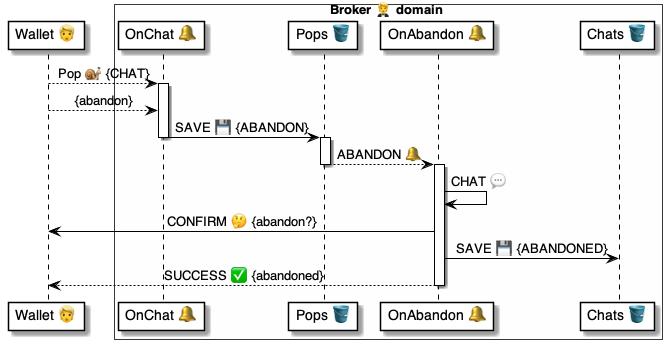
Above: 4 ⚙️ Solution/20 🧑‍🦰 UI/Brokers 🤵/🤵🪣 Broker tables/Pops 🎈 table/🪣🔔 32 Chat » Abandon/🤵 OnChatAbandon ⚙️ uml.png in pollyweb-org/pollyweb-docs (PlantUML), before the change. Its source is kept beside it as 4 ⚙️ Solution/20 🧑‍🦰 UI/Brokers 🤵/🤵🪣 Broker tables/Pops 🎈 table/🪣🔔 32 Chat » Abandon/🤵 OnChatAbandon ⚙️ uml.puml. Source of this version:
```plantuml
@startuml OnPopAbandon

participant "Wallet 👱" as wallet
box Broker 🤵 domain #FFFFFA
    participant "OnChat 🔔" as onChat
    participant "Pops 🪣" as pops
    participant "OnAbandon 🔔" as abandoned
    participant "Chats 🪣" as chats
end box


wallet --> onChat: Pop 🐌 {CHAT}

activate onChat
    wallet --> onChat: {abandon}
    onChat -> pops: SAVE 💾 {ABANDON}
deactivate onChat

activate pops
    pops --> abandoned: ABANDON 🔔
deactivate pops

activate abandoned
    abandoned -> abandoned: CHAT 💬
    abandoned -> wallet: CONFIRM 🤔 {abandon?}
    abandoned -> chats: SAVE 💾 {ABANDONED}
    abandoned --> wallet: SUCCESS ✅ {abandoned}
deactivate abandoned

@enduml
```
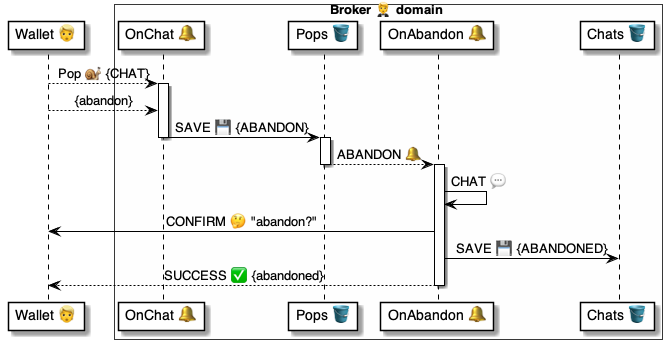
The same file after the commit.

Change to the diagram source:
```diff
@@ -22,7 +22,7 @@
 
 activate abandoned
     abandoned -> abandoned: CHAT 💬
-    abandoned -> wallet: CONFIRM 🤔 {abandon?}
+    abandoned -> wallet: CONFIRM 🤔 "abandon?"
     abandoned -> chats: SAVE 💾 {ABANDONED}
     abandoned --> wallet: SUCCESS ✅ {abandoned}
 deactivate abandoned
```
